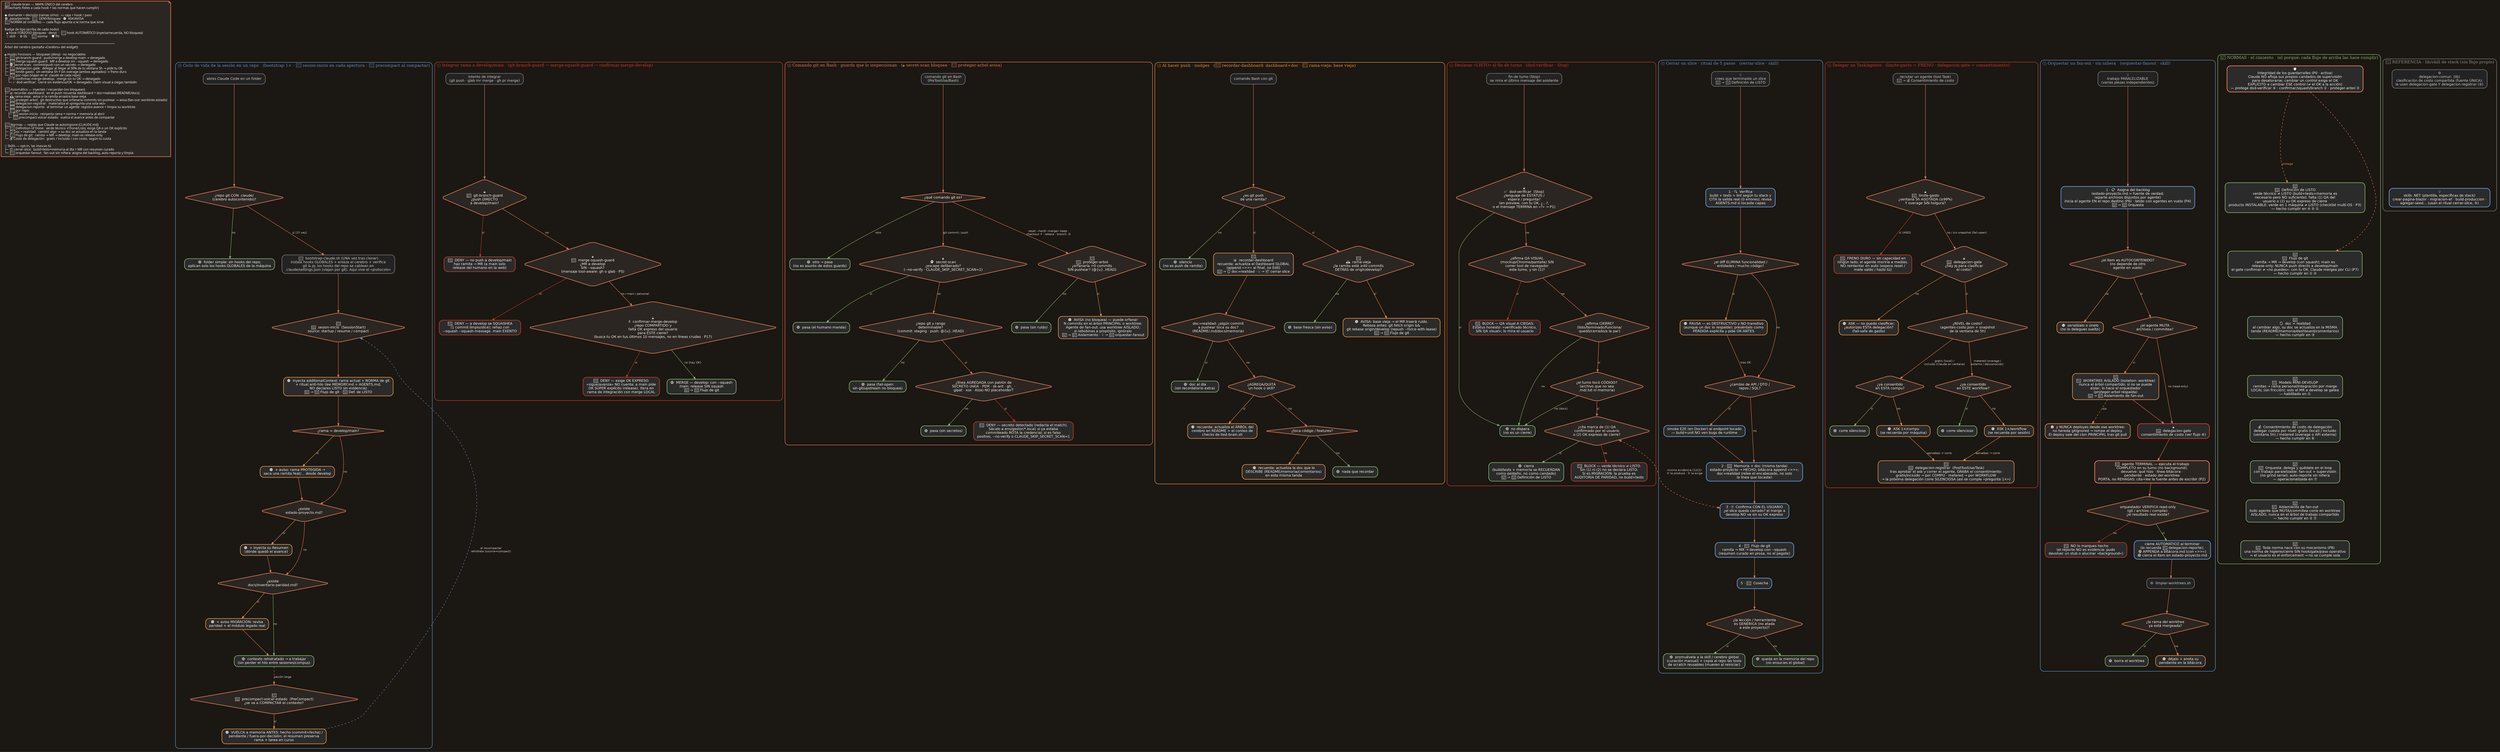
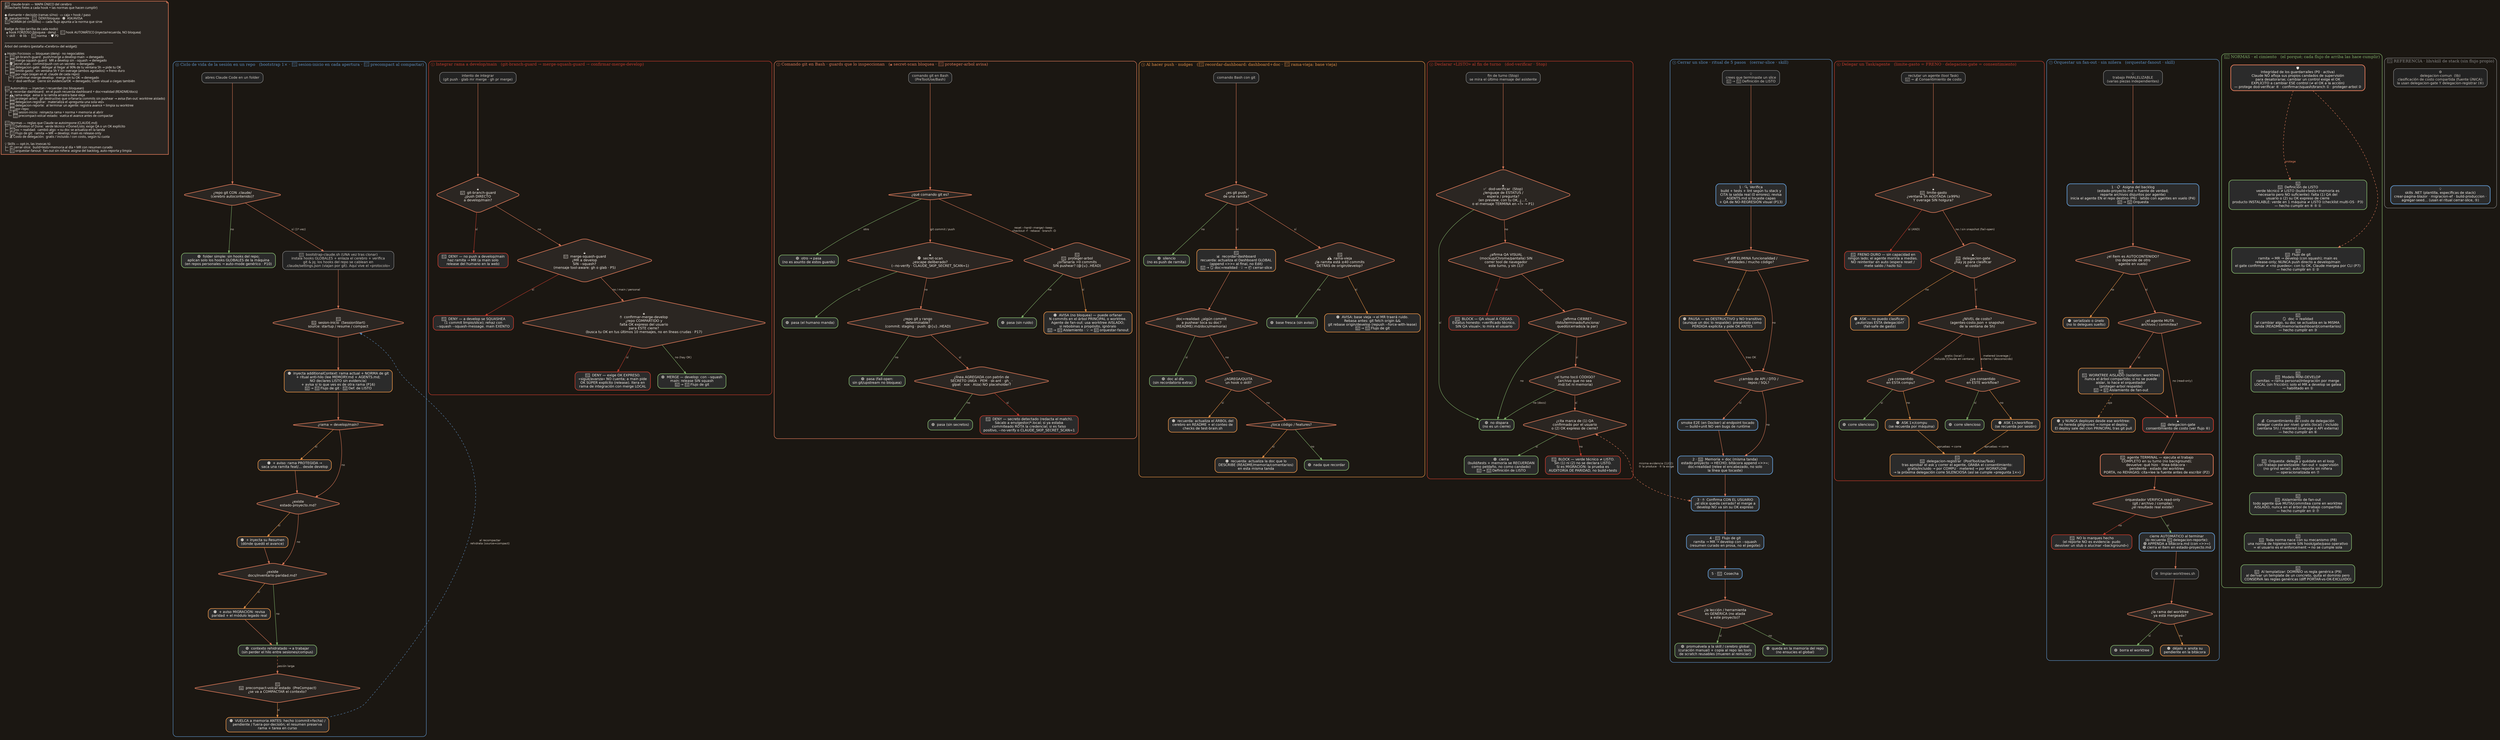
// Mapa del cerebro claude-brain — MAPA ÚNICO (fuente de verdad; el .graphml de yEd se genera de aquí).
// Contiene TODO: los flowcharts de decisión (⓪–⑦, fieles a la lógica real de cada hook leída del .sh)
// + las NORMAS que hacen cumplir (el cimiento) + la referencia de lib/skill de stack.
// diamante = decisión con ramas sí/no · caja = hook/paso · 🟢 pasa · 🔴 DENY · 🟠 ASK/AVISA · 📜 norma.
// Familias: sesión (⓪) · git (①②③) · «terminado» (④⑤) · delegación (⑥⑦).
// El ancho del render de Graphviz NO importa: en yEd se acomoda POR FLUJO (no en una tira).
// Lenguaje visual del README/widget.  Render: dot -Tpng docs/mapa-flujos.dot -o docs/mapa-flujos.png
digraph flujos {
  rankdir=TB;
  bgcolor="#1B1712";
  compound=true;
  nodesep=0.35;
  ranksep=0.55;
  splines=true;
  node [shape=box style="rounded,filled" fillcolor="#2B2B2B" fontcolor="#F2EDE6"
        fontname="Helvetica" fontsize=12 margin="0.16,0.09" penwidth=2];
  edge [color="#D97757" fontcolor="#C9BFB4" fontname="Helvetica" fontsize=10 penwidth=1.3 arrowsize=0.8];

  LEG [shape=note fillcolor="#2B2622" color="#D97757" penwidth=2 fontcolor="#F2EDE6" fontname="Menlo" fontsize=11
       label="🧠  claude-brain — MAPA ÚNICO del cerebro\l(flowcharts fieles a cada hook + las normas que hacen cumplir)\l\l◆ diamante = decisión (ramas sí/no) · ▭ caja = hook / paso\l🟢  pasa/permite · 🔴  DENY/bloquea · 🟠  ASK/AVISA\l📜 NORMA (el cimiento) — cada flujo apunta a la norma que sirve\l\lBadge de tipo (arriba de cada nodo):\l  🔒 hook FORZOSO (bloquea · deny)  ·  🔔 hook AUTOMÁTICO (inyecta/recuerda, NO bloquea)\l  💡 skill  ·  ⚙ lib  ·  📜 norma  ·  🛡 P0\l\l────────────────────────────────────────────────────────\lÁrbol del cerebro (pestaña «Cerebro» del widget):\l\l🔒 Hooks Forzosos — bloquean (deny) · no negociables\l├─ 🚧 git-branch-guard:  push/merge a develop·main → denegado\l├─ 🔗 merge-squash-guard:  MR a develop sin --squash → denegado\l├─ 🕵️ secret-scan:  commit/push con un secreto → denegado\l├─ 💸 delegacion-gate:  delegar al llegar al 90% de tu ventana 5h → pide tu OK\l├─ 🛑 limite-gasto:  sin ventana 5h Y sin overage (ambos agotados) → freno duro\l└─ 📁 por-repo (viajan en el .claude de cada repo):\l   ├─ ✋ confirmar-merge-develop:  merge sin tu OK → denegado\l   └─ ✅ dod-verificar:  cierre sin evidencia/OK → denegado; claim visual a ciegas también\l\l🔔 Automático — inyectan / recuerdan (no bloquean)\l├─ 📊 recordar-dashboard:  en el push recuerda dashboard + doc=realidad (README/docs)\l├─ 🕰️ rama-vieja:  avisa si la ramita arrastra base vieja\l├─ 🌳 proteger-arbol:  git destructivo que orfanaría commits sin pushear → avisa (fan-out: worktree aislado)\l├─ 📝 delegacion-registrar:  materializa el «pregunta una sola vez»\l├─ 📮 delegacion-reporte:  al terminar un agente: registra avance + limpia su worktree\l└─ 📁 por-repo:\l   ├─ 🧭 sesion-inicio:  reinyecta rama + norma + memoria al abrir\l   └─ 💾 precompact-volcar-estado:  vuelca el avance antes de compactar\l\l📜 Normas — reglas que Claude se autoimpone (CLAUDE.md)\l├─ 🎯 Definition of Done:  verde técnico ≠ Done/Listo; exige QA o un OK explícito\l├─ 🪞 Doc = realidad:  cambió algo → su doc se actualiza en la tanda\l├─ 🌿 Flujo de git:  ramita → MR → develop; main es release-only\l└─ 💰 Costo de delegación:  gratis / incluido / con costo, según tu cuota\l\l💡 Skills — opt-in, las invocas tú\l├─ 📦 cerrar-slice:  build+tests+memoria al día + MR con resumen curado\l└─ 🧵 orquestar-fanout:  fan-out sin niñera: asigna del backlog, auto-reporta y limpia\l"];

  // ===================== ⓪ CICLO DE VIDA DE LA SESIÓN =====================
  subgraph cluster_f0 {
    label="⓪ Ciclo de vida de la sesión en un repo   (bootstrap 1× · 🔔 sesion-inicio en cada apertura · 🔔 precompact al compactar)";
    labeljust="l"; fontcolor="#5B8DBF"; fontsize=14; color="#5B8DBF"; style="rounded"; penwidth=1.6; margin=16;

    Z_OPEN [shape=box color="#8A8A8A" fillcolor="#232323" fontcolor="#CFC8C0" penwidth=1.5 label="abres Claude Code en un folder"];
    Z_GIT  [shape=diamond fillcolor="#2B2622" color="#D97757" penwidth=2 label="¿repo git CON .claude/\n(cerebro autocontenido)?"];
-     Z_PLAIN [color="#7FB069" label="🟢  folder simple: sin hooks del repo;\naplican solo los hooks GLOBALES de la máquina"];
+     Z_PLAIN [color="#7FB069" label="🟢  folder simple: sin hooks del repo;\naplican solo los hooks GLOBALES de la máquina\n(en repos personales → auto-mode genérico · P10)"];
    Z_BOOT [color="#8A8A8A" fillcolor="#232323" fontcolor="#CFC8C0" penwidth=1.5 label="🔧  bootstrap-claude.sh (UNA vez tras clonar)\ninstala hooks GLOBALES + enlaza el cerebro + verifica\ngit & jq; los hooks del repo se cablean en\n.claude/settings.json (viajan por git). Aquí vive el «protocolo»"];

    Z_START [shape=diamond fillcolor="#2B2622" color="#D97757" penwidth=2 label="🔔\n🧭  sesion-inicio  (SessionStart)\nsource: startup / resume / compact"];
-     Z_INJECT [color="#E08E45" label="🟠  inyecta additionalContext: rama actual + NORMA de git\n+ ritual anti-hilo (lee MEMORY.md + AGENTS.md;\nNO declares LISTO sin evidencia)\n📜 → 🌿 Flujo de git · 🎯 Def. de LISTO"];
+     Z_INJECT [color="#E08E45" label="🟠  inyecta additionalContext: rama actual + NORMA de git\n+ ritual anti-hilo (lee MEMORY.md + AGENTS.md;\nNO declares LISTO sin evidencia)\n+ avisa si lo que ves es de otra rama (P16)\n📜 → 🌿 Flujo de git · 🎯 Def. de LISTO"];
    Z_PROT [shape=diamond fillcolor="#2B2622" color="#D97757" penwidth=2 label="¿rama = develop/main?"];
    Z_PROTW [color="#E08E45" label="🟠  + aviso: rama PROTEGIDA →\nsaca una ramita feat/… desde develop"];
    Z_EST [shape=diamond fillcolor="#2B2622" color="#D97757" penwidth=2 label="¿existe\nestado-proyecto.md?"];
    Z_ESTW [color="#E08E45" label="🟠  + inyecta su Resumen\n(dónde quedó el avance)"];
    Z_MIG [shape=diamond fillcolor="#2B2622" color="#D97757" penwidth=2 label="¿existe\ndocs/inventario-paridad.md?"];
    Z_MIGW [color="#E08E45" label="🟠  + aviso MIGRACIÓN: revisa\nparidad + el módulo legado real"];
    Z_READY [color="#7FB069" label="🟢  contexto rehidratado → a trabajar\n(sin perder el hilo entre sesiones/compus)"];

    Z_COMPACT [shape=diamond fillcolor="#2B2622" color="#D97757" penwidth=2 label="🔔\n💾  precompact-volcar-estado  (PreCompact)\n¿se va a COMPACTAR el contexto?"];
    Z_DUMP [color="#E08E45" label="🟠  VUELCA a memoria ANTES: hecho (commit+fecha) /\npendiente / fuera-por-decisión; el resumen preserva\nrama + tarea en curso"];

    Z_OPEN -> Z_GIT;
    Z_GIT -> Z_PLAIN [label="no" color="#7FB069"];
    Z_GIT -> Z_BOOT  [label="sí (1ª vez)"];
    Z_BOOT -> Z_START;
    Z_START -> Z_INJECT;
    Z_INJECT -> Z_PROT;
    Z_PROT -> Z_PROTW [label="sí" color="#E08E45"];
    Z_PROT -> Z_EST   [label="no"];
    Z_PROTW -> Z_EST;
    Z_EST -> Z_ESTW [label="sí" color="#E08E45"];
    Z_EST -> Z_MIG  [label="no"];
    Z_ESTW -> Z_MIG;
    Z_MIG -> Z_MIGW  [label="sí" color="#E08E45"];
    Z_MIG -> Z_READY [label="no" color="#7FB069"];
    Z_MIGW -> Z_READY;
    Z_READY -> Z_COMPACT [label="sesión larga" style=dashed];
    Z_COMPACT -> Z_DUMP [label="sí" color="#E08E45"];
    Z_DUMP -> Z_START [label="al recompactar\nrehidrata (source=compact)" style=dashed color="#5B8DBF" constraint=false];
  }

  // ===================== ① INTEGRAR a develop/main =====================
  subgraph cluster_f1 {
    label="① Integrar rama a develop/main   (git-branch-guard → merge-squash-guard → confirmar-merge-develop)";
    labeljust="l"; fontcolor="#C0392B"; fontsize=14; color="#C0392B"; style="rounded"; penwidth=1.6; margin=16;

    G1_IN  [shape=box color="#8A8A8A" fillcolor="#232323" fontcolor="#CFC8C0" penwidth=1.5 label="intento de integrar\n(git push · glab mr merge · gh pr merge)"];
    G1_D1  [shape=diamond fillcolor="#2B2622" color="#D97757" penwidth=2 label="🔒\n🚧  git-branch-guard\n¿push DIRECTO\na develop/main?"];
    G1_DENY1 [color="#C0392B" label="🔴  DENY — no push a develop/main\nhaz ramita → MR (a main solo\nrelease del humano en la web)"];
    G1_D2  [shape=diamond fillcolor="#2B2622" color="#D97757" penwidth=2 label="🔒\n🔗  merge-squash-guard\n¿MR a develop\nSIN --squash?\n(mensaje tool-aware: gh o glab · P5)"];
    G1_DENY2 [color="#C0392B" label="🔴  DENY — a develop se SQUASHEA\n(1 commit limpio/slice); rehaz con\n--squash --squash-message. main EXENTO"];
    G1_D3  [shape=diamond fillcolor="#2B2622" color="#D97757" penwidth=2 label="🔒\n✋  confirmar-merge-develop\n¿repo COMPARTIDO y\nfalta OK expreso del usuario\npara ESTE cierre?\n(busca tu OK en tus últimos 10 mensajes, no en líneas crudas · P17)"];
    G1_DENY3 [color="#C0392B" label="🔴  DENY — exige OK EXPRESO.\n«sigue/avanza» NO cuenta; a main pide\nOK SÚPER explícito (release). Itera en\nrama de integración con merge LOCAL"];
    G1_OK  [color="#7FB069" label="🟢  MERGE — develop: con --squash\nmain: release SIN squash\n📜 → 🌿 Flujo de git"];

    G1_IN -> G1_D1;
    G1_D1 -> G1_DENY1 [label="sí" color="#C0392B"];
    G1_D1 -> G1_D2    [label="no"];
    G1_D2 -> G1_DENY2 [label="sí" color="#C0392B"];
    G1_D2 -> G1_D3    [label="no / main / personal"];
    G1_D3 -> G1_DENY3 [label="sí" color="#C0392B"];
    G1_D3 -> G1_OK    [label="no (hay OK)" color="#7FB069"];
  }

  // ===================== ② COMANDO GIT EN BASH — dos guards con la MISMA entrada ==========
  // secret-scan (🔒 bloquea) y proteger-arbol (🔔 avisa) comparten entrada "comando git en Bash";
  // un despachador los abre según el TIPO de comando.
  subgraph cluster_f2 {
    label="② Comando git en Bash · guards que lo inspeccionan   (🔒 secret-scan bloquea · 🔔 proteger-arbol avisa)";
    labeljust="l"; fontcolor="#D97757"; fontsize=14; color="#D97757"; style="rounded"; penwidth=1.6; margin=16;

    GG_IN   [shape=box color="#8A8A8A" fillcolor="#232323" fontcolor="#CFC8C0" penwidth=1.5 label="comando git en Bash\n(PreToolUse/Bash)"];
    GG_DISP [shape=diamond fillcolor="#2B2622" color="#D97757" penwidth=2 label="¿qué comando git es?"];
    GG_OTRO [color="#7FB069" label="🟢  otro → pasa\n(no es asunto de estos guards)"];

    // --- rama secret-scan (commit / push) ---
    S_D2  [shape=diamond fillcolor="#2B2622" color="#D97757" penwidth=2 label="🔒\n🕵  secret-scan\n¿escape deliberado?\n(--no-verify · CLAUDE_SKIP_SECRET_SCAN=1)"];
    S_PASA2 [color="#7FB069" label="🟢  pasa (el humano manda)"];
    S_D3  [shape=diamond fillcolor="#2B2622" color="#D97757" penwidth=2 label="¿repo git y rango\ndeterminable?\n(commit: staging · push: @{u}..HEAD)"];
    S_PASA3 [color="#7FB069" label="🟢  pasa (fail-open:\nsin git/upstream no bloquea)"];
    S_D4  [shape=diamond fillcolor="#2B2622" color="#D97757" penwidth=2 label="¿línea AGREGADA con patrón de\nSECRETO (AKIA · PEM · sk-ant · gh_ ·\nglpat · xox · AIza) NO placeholder?"];
    S_PASA4 [color="#7FB069" label="🟢  pasa (sin secretos)"];
    S_DENY [color="#C0392B" label="🔴  DENY — secreto detectado (redacta el match).\nSácalo a env/gestor/*.local; si ya estaba\ncommiteado ROTA la credencial; si es falso\npositivo, --no-verify o CLAUDE_SKIP_SECRET_SCAN=1"];

    // --- rama proteger-arbol (destructivo) ---
    A_D2  [shape=diamond fillcolor="#2B2622" color="#D97757" penwidth=2 label="🔔\n🌳  proteger-arbol\n¿orfanaría >0 commits\nSIN pushear? (@{u}..HEAD)"];
    A_PASA [color="#7FB069" label="🟢  pasa (sin ruido)"];
    A_WARN [color="#E08E45" label="🟠  AVISA (no bloquea) — puede orfanar\nN commits en el árbol PRINCIPAL o worktree.\nAgente de fan-out: usa worktree AISLADO;\nsi rebobinas a propósito, ignóralo\n📜 → 🧱 Aislamiento · 💡 → 🧵 orquestar-fanout"];

    GG_IN -> GG_DISP;
    GG_DISP -> S_D2    [label="git commit / push"];
    GG_DISP -> A_D2    [label="reset --hard/--merge/--keep ·\ncheckout -f · rebase · branch -D"];
    GG_DISP -> GG_OTRO [label="otro" color="#7FB069"];

    S_D2 -> S_PASA2 [label="sí" color="#7FB069"];
    S_D2 -> S_D3    [label="no"];
    S_D3 -> S_PASA3 [label="no" color="#7FB069"];
    S_D3 -> S_D4    [label="sí"];
    S_D4 -> S_PASA4 [label="no" color="#7FB069"];
    S_D4 -> S_DENY  [label="sí" color="#C0392B"];

    A_D2 -> A_PASA [label="no" color="#7FB069"];
    A_D2 -> A_WARN [label="sí" color="#E08E45"];
  }

  // ===================== ③ AL HACER PUSH — nudges (recordar-dashboard + rama-vieja) =====================
  subgraph cluster_f3 {
    label="③ Al hacer push · nudges   (🔔 recordar-dashboard: dashboard+doc · 🔔 rama-vieja: base vieja)";
    labeljust="l"; fontcolor="#E08E45"; fontsize=14; color="#E08E45"; style="rounded"; penwidth=1.6; margin=16;

    G6_IN  [shape=box color="#8A8A8A" fillcolor="#232323" fontcolor="#CFC8C0" penwidth=1.5 label="comando Bash con git"];
    G6_PUSH [shape=diamond fillcolor="#2B2622" color="#D97757" penwidth=2 label="¿es git push\nde una ramita?"];
    G6_SIL [color="#7FB069" label="🟢  silencio\n(no es push de ramita)"];

    // --- rama recordar-dashboard ---
    G6_DASH [color="#E08E45" label="🔔\n📊  recordar-dashboard\nrecuerda: actualiza el Dashboard GLOBAL\n(append «>>» al final, no Edit)\n📜 → 🪞 doc=realidad · 💡 → 📦 cerrar-slice"];
    G6_D2  [shape=diamond fillcolor="#2B2622" color="#D97757" penwidth=2 label="doc=realidad: ¿algún commit\na pushear toca su doc?\n(README/.md/docs/memoria)"];
    G6_OK  [color="#7FB069" label="🟢  doc al día\n(sin recordatorio extra)"];
    G6_D3  [shape=diamond fillcolor="#2B2622" color="#D97757" penwidth=2 label="¿AGREGA/QUITA\nun hook o skill?"];
    G6_HOOK [color="#E08E45" label="🟠  recuerda: actualiza el ÁRBOL del\ncerebro en README + el conteo de\nchecks de test-brain.sh"];
    G6_D4  [shape=diamond fillcolor="#2B2622" color="#D97757" penwidth=2 label="¿toca código / features?"];
    G6_CODE [color="#E08E45" label="🟠  recuerda: actualiza la doc que lo\nDESCRIBE (README/memoria/comentarios)\nen esta misma tanda"];
    G6_NA  [color="#7FB069" label="🟢  nada que recordar"];

    // --- rama rama-vieja ---
    G6_RV  [shape=diamond fillcolor="#2B2622" color="#D97757" penwidth=2 label="🔔\n🕰  rama-vieja\n¿la ramita está ≥40 commits\nDETRÁS de origin/develop?"];
    G6_RV_OK [color="#7FB069" label="🟢  base fresca (sin aviso)"];
    G6_RV_WARN [color="#E08E45" label="🟠  AVISA: base vieja → el MR traerá ruido.\nRebasa antes: git fetch origin &&\ngit rebase origin/develop (repush --force-with-lease)\n📜 → 🌿 Flujo de git"];

    G6_IN -> G6_PUSH;
    G6_PUSH -> G6_SIL  [label="no" color="#7FB069"];
    G6_PUSH -> G6_DASH [label="sí"];
    G6_PUSH -> G6_RV   [label="sí"];
    G6_DASH -> G6_D2;
    G6_D2 -> G6_OK   [label="sí" color="#7FB069"];
    G6_D2 -> G6_D3   [label="no"];
    G6_D3 -> G6_HOOK [label="sí" color="#E08E45"];
    G6_D3 -> G6_D4   [label="no"];
    G6_D4 -> G6_CODE [label="sí" color="#E08E45"];
    G6_D4 -> G6_NA   [label="no" color="#7FB069"];
    G6_RV -> G6_RV_OK   [label="no" color="#7FB069"];
    G6_RV -> G6_RV_WARN [label="sí" color="#E08E45"];
  }

  // ===================== ④ DECLARAR «LISTO» al fin de turno (dod-verificar · Stop) =====================
  subgraph cluster_f4 {
    label="④ Declarar «LISTO» al fin de turno   (dod-verificar · Stop)";
    labeljust="l"; fontcolor="#C0392B"; fontsize=14; color="#C0392B"; style="rounded"; penwidth=1.6; margin=16;

    G2_IN  [shape=box color="#8A8A8A" fillcolor="#232323" fontcolor="#CFC8C0" penwidth=1.5 label="fin de turno (Stop)\nse mira el último mensaje del asistente"];
    G2_D0  [shape=diamond fillcolor="#2B2622" color="#D97757" penwidth=2 label="🔒\n✅  dod-verificar  (Stop)\n¿lenguaje de ESTATUS /\nespera / pregunta?\n(en preview, con tu OK, ¿…?,\no el mensaje TERMINA en «?» → P1)"];
    G2_ESC [color="#7FB069" label="🟢  no dispara\n(no es un cierre)"];
    G2_D1  [shape=diamond fillcolor="#2B2622" color="#D97757" penwidth=2 label="¿afirma QA VISUAL\n(mockup/Chrome/pantalla) SIN\ncorrer tool de navegador\neste turno, y sin (1)?"];
    G2_VIS [color="#C0392B" label="🔴  BLOCK — QA visual A CIEGAS.\nEstatus honesto: «verificado técnico,\nSIN QA visual»; lo mira el usuario"];
    G2_D2  [shape=diamond fillcolor="#2B2622" color="#D97757" penwidth=2 label="¿afirma CIERRE?\n(listo/terminado/funciona/\nquedó/cerrado/a la par)"];
    G2_D3  [shape=diamond fillcolor="#2B2622" color="#D97757" penwidth=2 label="¿el turno tocó CÓDIGO?\n(archivo que no sea\n.md/.txt ni memoria)"];
    G2_D4  [shape=diamond fillcolor="#2B2622" color="#D97757" penwidth=2 label="¿cita marca de (1) QA\nconfirmado por el usuario\no (2) OK expreso de cierre?"];
    G2_OK  [color="#7FB069" label="🟢  cierra\n(build/tests + memoria se RECUERDAN\ncomo peldaño, no como candado)\n📜 → 🎯 Definición de LISTO"];
    G2_DENY [color="#C0392B" label="🔴  BLOCK — verde técnico ≠ LISTO.\nSin (1) ni (2) no se declara LISTO.\nSi es MIGRACIÓN: la prueba es\nAUDITORÍA DE PARIDAD, no build+tests"];

    G2_IN -> G2_D0;
    G2_D0 -> G2_ESC [label="sí" color="#7FB069"];
    G2_D0 -> G2_D1  [label="no"];
    G2_D1 -> G2_VIS [label="sí" color="#C0392B"];
    G2_D1 -> G2_D2  [label="no"];
    G2_D2 -> G2_ESC [label="no" color="#7FB069"];
    G2_D2 -> G2_D3  [label="sí"];
    G2_D3 -> G2_ESC [label="no (docs)" color="#7FB069"];
    G2_D3 -> G2_D4  [label="sí"];
    G2_D4 -> G2_OK   [label="sí" color="#7FB069"];
    G2_D4 -> G2_DENY [label="no" color="#C0392B"];
  }

  // ===================== ⑤ CERRAR UN SLICE (ritual de 5 pasos · cerrar-slice) =====================
  subgraph cluster_f5 {
    label="⑤ Cerrar un slice · ritual de 5 pasos   (cerrar-slice · skill)";
    labeljust="l"; fontcolor="#5B8DBF"; fontsize=14; color="#5B8DBF"; style="rounded"; penwidth=1.6; margin=16;

    C_IN [shape=box color="#8A8A8A" fillcolor="#232323" fontcolor="#CFC8C0" penwidth=1.5 label="💡\ncrees que terminaste un slice\n📜 → 🎯 Definición de LISTO"];
-     C1 [color="#5B8DBF" penwidth=2.5 label="1 · 🔍  Verifica\nbuild + tests + lint según tu stack y\nCITA la salida real (0 errores); revisa\nAGENTS.md si tocaste capas"];
+     C1 [color="#5B8DBF" penwidth=2.5 label="1 · 🔍  Verifica\nbuild + tests + lint según tu stack y\nCITA la salida real (0 errores); revisa\nAGENTS.md si tocaste capas\n+ QA de NO-REGRESIÓN visual (P13)"];
    C_DESTR [shape=diamond fillcolor="#2B2622" color="#D97757" penwidth=2 label="¿el diff ELIMINA funcionalidad /\nentidades / mucho código?"];
    C_PAUSA [color="#E08E45" label="🟠  PAUSA — es DESTRUCTIVO y NO transitivo\n(aunque un doc lo respalde): preséntalo como\nPÉRDIDA explícita y pide OK ANTES"];
    C_API [shape=diamond fillcolor="#2B2622" color="#D97757" penwidth=2 label="¿cambio de API / DTO /\nrepos / SQL?"];
    C_SMOKE [color="#5B8DBF" penwidth=2.5 label="smoke E2E (en Docker) al endpoint tocado\n— build+unit NO ven bugs de runtime"];
    C2 [color="#5B8DBF" penwidth=2.5 label="2 · 📝  Memoria + doc (misma tanda)\nestado-proyecto → HECHO; bitácora append «>>»;\ndoc=realidad (relee el encabezado, no solo\nla línea que tocaste)"];
    C3 [color="#5B8DBF" penwidth=2.5 label="3 · ✋  Confirma CON EL USUARIO\n¿el slice queda cerrado? el merge a\ndevelop NO va sin su OK expreso"];
    C4 [color="#5B8DBF" penwidth=2.5 label="4 · 🔗  Flujo de git\nramita → MR → develop con --squash\n(resumen curado en prosa, no el pegote)"];
    C5 [color="#5B8DBF" penwidth=2.5 label="5 · 🌱  Cosecha"];
    C_GEN [shape=diamond fillcolor="#2B2622" color="#D97757" penwidth=2 label="¿la lección / herramienta\nes GENÉRICA (no atada\na este proyecto)?"];
    C_PROM [color="#7FB069" label="🟢  promuévela a la skill / cerebro global\n(curación manual) + copia al repo las tools\nde scratch reusables (mueren al reiniciar)"];
    C_LOCAL [color="#7FB069" label="🟢  queda en la memoria del repo\n(no ensucies el global)"];

    C_IN -> C1;
    C1 -> C_DESTR;
    C_DESTR -> C_PAUSA [label="sí" color="#E08E45"];
    C_DESTR -> C_API   [label="no"];
    C_PAUSA -> C_API   [label="tras OK"];
    C_API -> C_SMOKE [label="sí"];
    C_API -> C2      [label="no"];
    C_SMOKE -> C2;
    C2 -> C3 -> C4 -> C5;
    C5 -> C_GEN;
    C_GEN -> C_PROM  [label="sí" color="#7FB069"];
    C_GEN -> C_LOCAL [label="no" color="#7FB069"];
  }

  // ===================== ⑥ DELEGAR un Task/agente (limite-gasto + delegacion-gate) =====================
  subgraph cluster_f6 {
    label="⑥ Delegar un Task/agente   (limite-gasto = FRENO · delegacion-gate = consentimiento)";
    labeljust="l"; fontcolor="#C0392B"; fontsize=14; color="#C0392B"; style="rounded"; penwidth=1.6; margin=16;

    G3_IN  [shape=box color="#8A8A8A" fillcolor="#232323" fontcolor="#CFC8C0" penwidth=1.5 label="reclutar un agente (tool Task)\n📜 → 💰 Consentimiento de costo"];
    G3_D1  [shape=diamond fillcolor="#2B2622" color="#D97757" penwidth=2 label="🔒\n🛑  limite-gasto\n¿ventana 5h AGOTADA (≥99%)\nY overage SIN holgura?"];
    G3_FRENO [color="#C0392B" label="🔴  FRENO DURO — sin capacidad en\nningún lado; el agente moriría a medias.\nNO reintentar en auto (espera reset /\nmete saldo / hazlo tú)"];
    G3_D2  [shape=diamond fillcolor="#2B2622" color="#D97757" penwidth=2 label="🔒\n💸  delegacion-gate\n¿hay jq para clasificar\nel costo?"];
    G3_ASK0 [color="#E08E45" label="🟠  ASK — no puedo clasificar;\n¿autorizas ESTA delegación?\n(fail-safe de gasto)"];
    G3_NIVEL [shape=diamond fillcolor="#2B2622" color="#D97757" penwidth=2 label="¿NIVEL de costo?\n(agentes-costo.json + snapshot\nde la ventana de 5h)"];
    G3_CG  [shape=diamond fillcolor="#2B2622" color="#D97757" penwidth=2 label="¿ya consentido\nen ESTA compu?"];
    G3_CM  [shape=diamond fillcolor="#2B2622" color="#D97757" penwidth=2 label="¿ya consentido\nen ESTE workflow?"];
    G3_RUN1 [color="#7FB069" label="🟢  corre silencioso"];
    G3_ASK1 [color="#E08E45" label="🟠  ASK 1×/compu\n(se recuerda por máquina)"];
    G3_RUN2 [color="#7FB069" label="🟢  corre silencioso"];
    G3_ASK2 [color="#E08E45" label="🟠  ASK 1×/workflow\n(se recuerda por sesión)"];
    G3_REG  [color="#E08E45" label="🔔\n📝  delegacion-registrar  (PostToolUse/Task)\ntras aprobar el ask y correr el agente, GRABA el consentimiento:\ngratis/incluido → por COMPU · metered → por WORKFLOW\n→ la próxima delegación corre SILENCIOSA (así se cumple «pregunta 1×»)"];

    G3_IN -> G3_D1;
    G3_D1 -> G3_FRENO [label="sí (AND)" color="#C0392B"];
    G3_D1 -> G3_D2    [label="no / sin snapshot (fail-open)"];
    G3_D2 -> G3_ASK0  [label="no" color="#E08E45"];
    G3_D2 -> G3_NIVEL [label="sí"];
    G3_NIVEL -> G3_CG [label="gratis (local) /\nincluido (Claude en ventana)"];
    G3_NIVEL -> G3_CM [label="metered (overage /\nexterno / desconocido)"];
    G3_CG -> G3_RUN1 [label="sí" color="#7FB069"];
    G3_CG -> G3_ASK1 [label="no" color="#E08E45"];
    G3_CM -> G3_RUN2 [label="sí" color="#7FB069"];
    G3_CM -> G3_ASK2 [label="no" color="#E08E45"];
    G3_ASK1 -> G3_REG [label="apruebas → corre" color="#E08E45"];
    G3_ASK2 -> G3_REG [label="apruebas → corre" color="#E08E45"];
  }

  // ===================== ⑦ ORQUESTAR UN FAN-OUT (sin niñera · orquestar-fanout) =====================
  subgraph cluster_f7 {
    label="⑦ Orquestar un fan-out · sin niñera   (orquestar-fanout · skill)";
    labeljust="l"; fontcolor="#5B8DBF"; fontsize=14; color="#5B8DBF"; style="rounded"; penwidth=1.6; margin=16;

    OF_IN [shape=box color="#8A8A8A" fillcolor="#232323" fontcolor="#CFC8C0" penwidth=1.5 label="💡\ntrabajo PARALELIZABLE\n(varias piezas independientes)"];
    OF_1  [color="#5B8DBF" penwidth=2.5 label="1 · 📋  Asigna del backlog\n(estado-proyecto.md = fuente de verdad;\nreparte archivos disjuntos por agente)\ninicia el agente EN el repo destino (P6) · latido con agentes en vuelo (P4)\n📜 → 🎼 Orquesta"];
    OF_DAUTO [shape=diamond fillcolor="#2B2622" color="#D97757" penwidth=2 label="¿el ítem es AUTOCONTENIDO?\n(no depende de otro\nagente en vuelo)"];
    OF_SER [color="#E08E45" label="🟠  serialízalo o únelo\n(no lo delegues suelto)"];
    OF_DMUT [shape=diamond fillcolor="#2B2622" color="#D97757" penwidth=2 label="¿el agente MUTA\narchivos / commitea?"];
    OF_WT [color="#E08E45" label="🔔\n🌳  WORKTREE AISLADO (isolation: worktree)\nnunca el árbol compartido; si no se puede\naislar, lo hace el orquestador\n(proteger-arbol respalda)\n📜 → 🧱 Aislamiento de fan-out"];
    OF_DEPLOY [color="#E08E45" label="🟠  y NUNCA deployes desde ese worktree:\nno hereda gitignored → rompe el deploy.\nEl deploy sale del clon PRINCIPAL tras git pull"];
    OF_GATE [color="#C0392B" penwidth=2.5 label="🔒\n💸  delegacion-gate\nconsentimiento de costo (ver flujo ⑥)"];
    OF_AG [color="#D97757" fillcolor="#2B2622" penwidth=2.5 label="🤖  agente TERMINAL — ejecuta el trabajo\nCOMPLETO en su turno (no background);\ndevuelve: qué hizo · línea-bitácora ·\npendiente · estado del worktree\nPORTA, no REHAGAS: cita+lee la fuente antes de escribir (P2)"];
    OF_DVER [shape=diamond fillcolor="#2B2622" color="#D97757" penwidth=2 label="orquestador VERIFICA read-only\n(git / archivo / compila):\n¿el resultado real existe?"];
    OF_NO [color="#C0392B" label="🔴  NO lo marques hecho\n(el reporte NO es evidencia: pudo\ndevolver un stub o alucinar «background»)"];
    OF_CIERRE [color="#5B8DBF" penwidth=2.5 label="cierre AUTOMÁTICO al terminar\n(lo recuerda 🔔 delegacion-reporte):\n🟢 APPENDA a bitácora.md (con «>>»)\n🟢 cierra el ítem en estado-proyecto.md"];
    OF_WTC [color="#8A8A8A" fillcolor="#232323" fontcolor="#CFC8C0" penwidth=1.5 label="⚙  limpiar-worktrees.sh"];
    OF_DWT [shape=diamond fillcolor="#2B2622" color="#D97757" penwidth=2 label="¿la rama del worktree\nya está mergeada?"];
    OF_BORRA [color="#7FB069" label="🟢  borra el worktree"];
    OF_DEJA [color="#E08E45" label="🟠  déjalo + anota su\npendiente en la bitácora"];

    OF_IN -> OF_1 -> OF_DAUTO;
    OF_DAUTO -> OF_SER  [label="no" color="#E08E45"];
    OF_DAUTO -> OF_DMUT [label="sí"];
    OF_DMUT -> OF_WT   [label="sí"];
    OF_DMUT -> OF_GATE [label="no (read-only)"];
    OF_WT -> OF_GATE;
    OF_WT -> OF_DEPLOY [label="ojo" color="#E08E45" style=dashed];
    OF_GATE -> OF_AG;
    OF_AG -> OF_DVER;
    OF_DVER -> OF_NO     [label="no" color="#C0392B"];
    OF_DVER -> OF_CIERRE [label="sí" color="#7FB069"];
    OF_CIERRE -> OF_WTC;
    OF_WTC -> OF_DWT;
    OF_DWT -> OF_BORRA [label="sí" color="#7FB069"];
    OF_DWT -> OF_DEJA  [label="no" color="#E08E45"];
  }

  // ===================== 📜 NORMAS — el cimiento (el porqué que los flujos hacen cumplir) =====================
  subgraph cluster_normas {
    label="📜 NORMAS · el cimiento   (el porqué; cada flujo de arriba las hace cumplir)";
    labeljust="l"; fontcolor="#7FB069"; fontsize=14; color="#7FB069"; style="rounded"; penwidth=1.6; margin=16;
    node [color="#7FB069" penwidth=2];
    N_DOD  [label="📜\n🎯  Definición de LISTO\nverde técnico ≠ LISTO (build+tests+memoria es\nnecesario pero NO suficiente): falta (1) QA del\nusuario o (2) su OK expreso de cierre\nproducto INSTALABLE: verde en 1 máquina ≠ LISTO (checklist multi-OS · P3)\n— hecho cumplir en ④ ⑤ ①"];
    N_GIT  [label="📜\n🌿  Flujo de git\nramita → MR → develop (con squash); main es\nrelease-only; NUNCA push directo a develop/main\nel gate confirmar ≠ «no puedes»: con tu OK, Claude mergea por CLI (P7)\n— hecho cumplir en ① ②"];
    N_DOC  [label="📜\n🪞  doc = realidad\nal cambiar algo, su doc se actualiza en la MISMA\ntanda (README/memoria/dashboard/comentarios)\n— hecho cumplir en ③"];
    N_MINI [label="📜\n🌱  Modelo MINI-DEVELOP\nramitas → rama personal/integración por merge\nLOCAL (sin fricción); solo el MR a develop se gatea\n— habilitado en ①"];
    N_COST [label="📜\n💰  Consentimiento de costo de delegación\ndelegar cuesta por nivel: gratis (local) / incluido\n(ventana 5h) / metered (overage o API externa)\n— hecho cumplir en ⑥"];
    N_ORQ  [label="📜\n🎼  Orquesta: delega y quédate en el loop\ncon trabajo paralelizable: fan-out + supervisión\n(no grind serial); auto-reporte sin niñera\n— operacionalizada en ⑦"];
    N_AISL [label="📜\n🧱  Aislamiento de fan-out\ntodo agente que MUTA/commitea corre en worktree\nAISLADO, nunca en el árbol de trabajo compartido\n— hecho cumplir en ② ⑦"];
    N_P0   [color="#D97757" penwidth=2.5 style="rounded,filled"
            label="🛡\nIntegridad de los guardarraíles (P0 · activa)\nClaude NO afloja sus propios candados de supervisión\npara desatorarse; cambiar un control exige el OK\nEXPLÍCITO a cambiar ESE control (≠ el OK a la acción)\n— protege dod-verificar ④ · confirmar/squash/branch ① · proteger-arbol ②"];
    N_MEC  [label="📜\n🧩  Toda norma nace con su mecanismo (P8)\nuna norma de higiene/cierre SIN hook/gate/paso operativo\n= el usuario es el enforcement → no se cumple sola"];

    N_P0 -> N_DOD [label="protege" style=dashed color="#D97757" fontcolor="#D97757" penwidth=1.4 constraint=false];
    N_P0 -> N_GIT [style=dashed color="#D97757" penwidth=1.4 constraint=false];
    // apila las normas en COLUMNA (invisible: solo rango) para que no se vayan a lo ancho
    edge [style=invis];
-     N_P0 -> N_DOD -> N_GIT -> N_DOC -> N_MINI -> N_COST -> N_ORQ -> N_AISL -> N_MEC;
+     N_TPL  [label="📜\n🧬  Al templatizar: DOMINIO vs regla genérica (P9)\nal derivar un template de un concreto, quita el dominio pero\nCONSERVA las reglas genéricas (diff PORTAR-vs-OK-EXCLUIDO)"];
+     N_P0 -> N_DOD -> N_GIT -> N_DOC -> N_MINI -> N_COST -> N_ORQ -> N_AISL -> N_MEC -> N_TPL;
    edge [style=solid];
  }

  // ===================== 🔩 REFERENCIA · lib/skill de stack (sin flujo propio) =====================
  subgraph cluster_ref {
    label="🔩 REFERENCIA · lib/skill de stack (sin flujo propio)";
    labeljust="l"; fontcolor="#8A8A8A"; fontsize=14; color="#8A8A8A"; style="rounded"; penwidth=1.4; margin=14;
    R_COMUN [color="#8A8A8A" fillcolor="#232323" fontcolor="#CFC8C0" penwidth=1.5
             label="⚙\ndelegacion-comun  (lib)\nclasificación de costo compartida (fuente ÚNICA):\nla usan delegacion-gate Y delegacion-registrar (⑥)"];
    R_NET   [color="#5B8DBF" penwidth=2.5
             label="💡\nskills .NET (plantilla, específicas de stack)\ncrear-pagina-blazor · migracion-ef · build-produccion ·\nagregar-seed… (usan el ritual cerrar-slice, ⑤)"];
    R_COMUN -> R_NET [style=invis];   // apílalos en columna
  }

  // (El acomodo espacial —normas/referencia DEBAJO de los flujos— se hace en yEd; Graphviz solo fija el CONTENIDO.)
  // (Las referencias a 📜 normas / 💡 skills van como TAG de texto DENTRO del nodo que las invoca — ver labels arriba.)

  // ===== CORRELACIÓN ④↔⑤: la evidencia (1)/(2) que dod-verificar EXIGE es la que cerrar-slice PRODUCE =====

  // ===== CORRELACIÓN ④↔⑤: la evidencia (1)/(2) que dod-verificar EXIGE es la que cerrar-slice PRODUCE =====
  // (adyacentes por el orden de familia → conector corto; constraint=false para no alterar el layout)
  C3 -> G2_D4 [dir=both color="#D97757" style=dashed penwidth=1.4 constraint=false
               label="misma evidencia (1)/(2):\n⑤ la produce · ④ la exige"];
}
